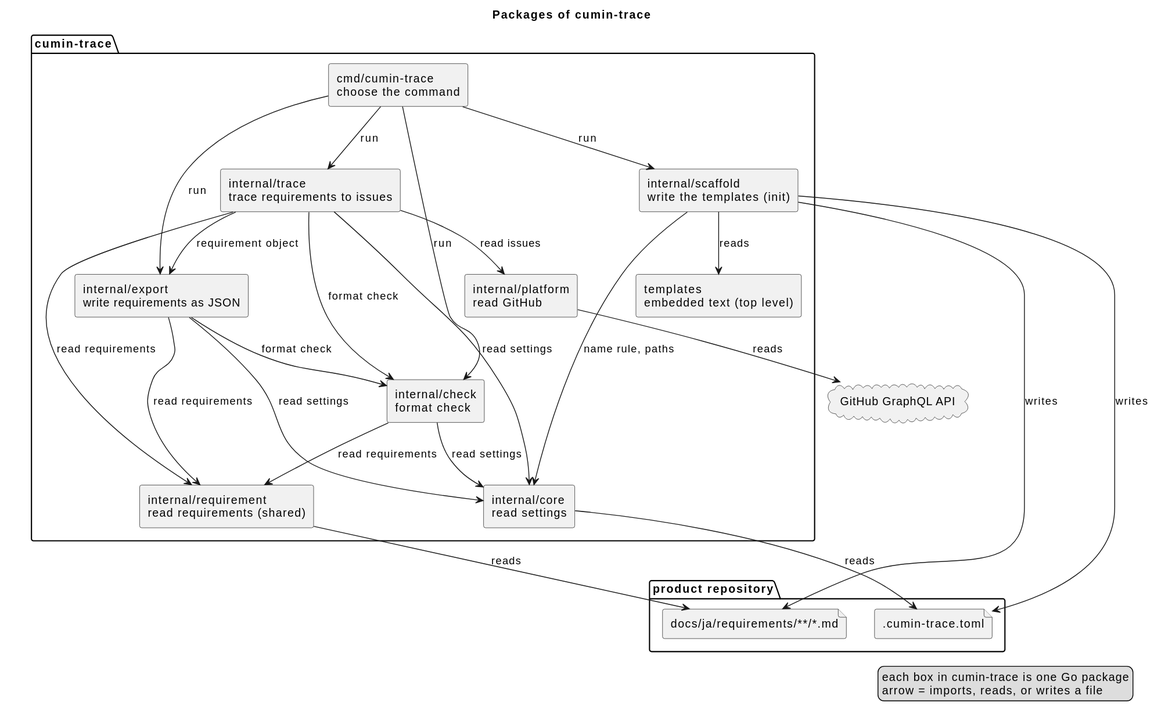
This is docs/ja/architecture/overview.svg from cloveclovedev/cumin-trace, a PlantUML export, as it was before one commit.
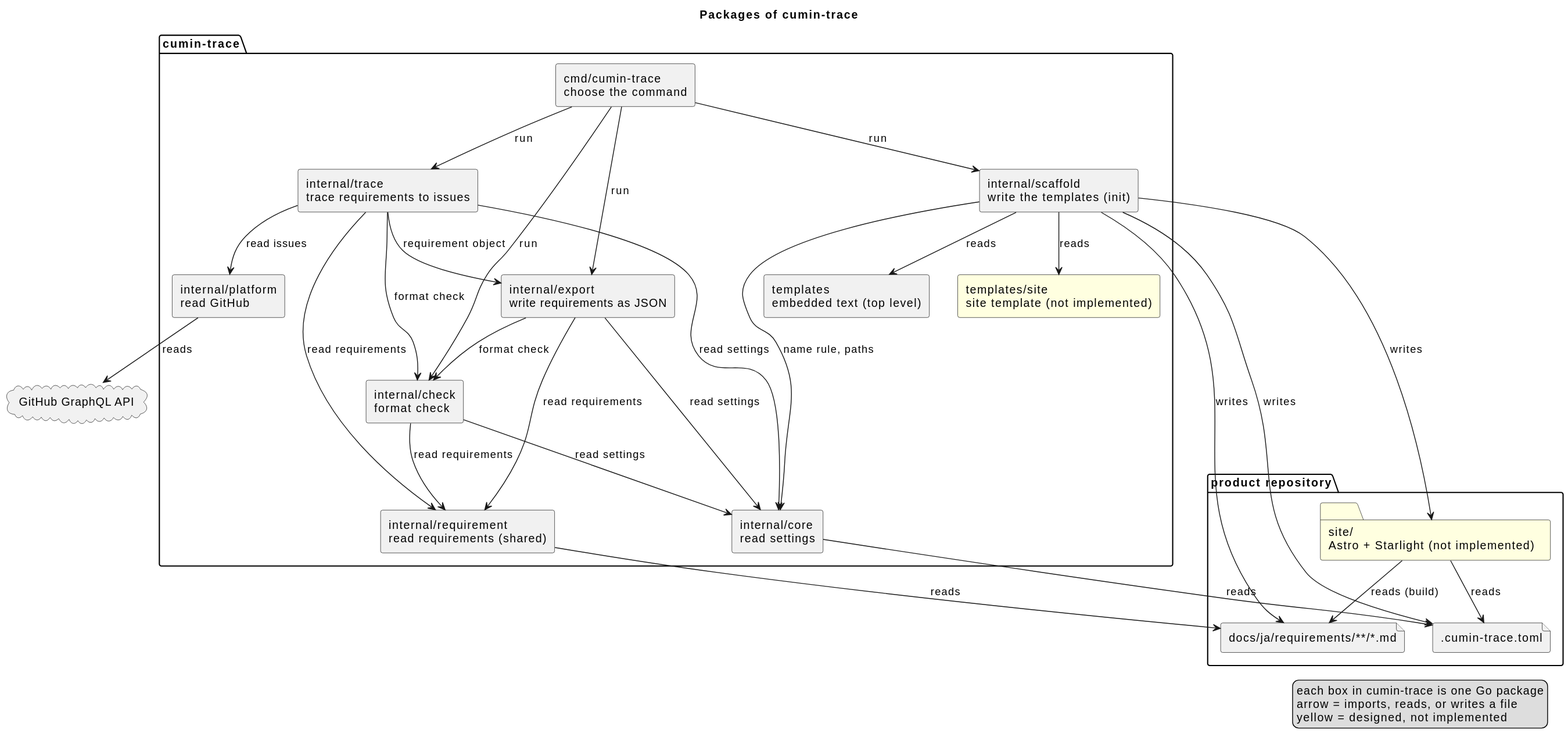
Later version of the same file.

Commit message:
docs(designs): write the design document of the site (#102)

Diff of the diagram source:
```diff
@@ -6,6 +6,7 @@
 package "product repository" {
   file ".cumin-trace.toml" as toml
   file "docs/ja/requirements/**/*.md" as docs
+  folder "site/\nAstro + Starlight (not implemented)" as site #LightYellow
 }
 
 package "cumin-trace" {
@@ -16,6 +17,7 @@
   [internal/export\nwrite requirements as JSON] as export
   [internal/scaffold\nwrite the templates (init)] as scaffold
   [templates\nembedded text (top level)] as templates
+  [templates/site\nsite template (not implemented)] as tsite #LightYellow
   [internal/trace\ntrace requirements to issues] as trace
   [internal/platform\nread GitHub] as platform
 }
@@ -39,6 +41,10 @@
 scaffold --> core : name rule, paths
 scaffold --> toml : writes
 scaffold --> docs : writes
+scaffold --> tsite : reads
+scaffold --> site : writes
+site --> toml : reads
+site --> docs : reads (build)
 check --> requirement : read requirements
 check --> core : read settings
 core --> toml : reads
@@ -47,5 +53,6 @@
 legend right
   each box in cumin-trace is one Go package
   arrow = imports, reads, or writes a file
+  yellow = designed, not implemented
 endlegend
 @enduml
```
